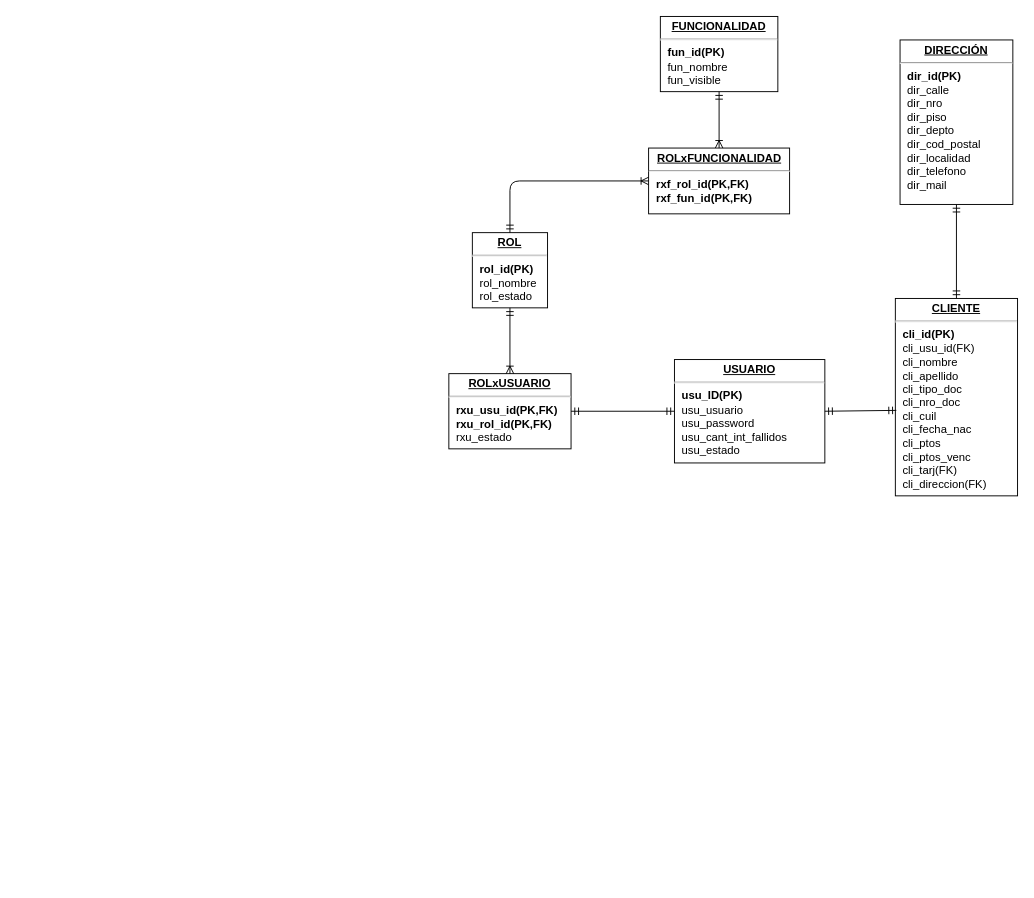
IvanDL95/TP_Crucero keeps this draw.io diagram as DER.drawio. Above is the earlier version. Source tidied: cells renumbered, new cells numbered last; positions are measured from the earlier drawing's top-left corner, leaving out a move shared by most shapes. Both pictures are drawn from the tidied source at 94%, with x=0, y=0 at pixel (448, 16).
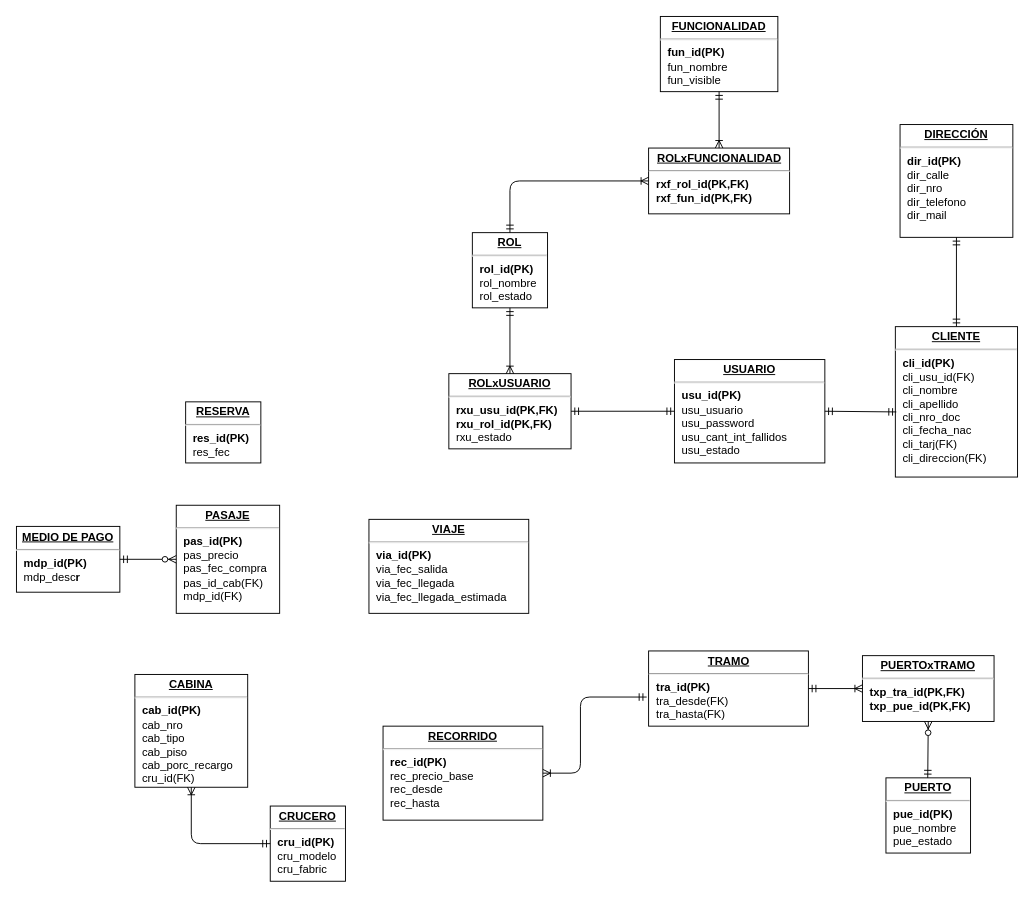
Above is the later version.

Change to the diagram source:
```diff
@@
-    <mxCell id="2" value="&lt;p style=&quot;margin: 0px ; margin-top: 4px ; text-align: center ; text-decoration: underline&quot;&gt;&lt;b&gt;DIRECCIÓN&lt;/b&gt;&lt;/p&gt;&lt;hr&gt;&lt;p style=&quot;margin: 0px ; margin-left: 8px&quot;&gt;&lt;b&gt;dir_id(PK)&lt;/b&gt;&lt;br&gt;dir_calle&lt;br&gt;dir_nro&lt;/p&gt;&lt;p style=&quot;margin: 0px ; margin-left: 8px&quot;&gt;dir_piso&lt;/p&gt;&lt;p style=&quot;margin: 0px ; margin-left: 8px&quot;&gt;dir_depto&lt;/p&gt;&lt;p style=&quot;margin: 0px ; margin-left: 8px&quot;&gt;dir_cod_postal&lt;/p&gt;&lt;p style=&quot;margin: 0px ; margin-left: 8px&quot;&gt;dir_localidad&lt;/p&gt;&lt;p style=&quot;margin: 0px ; margin-left: 8px&quot;&gt;dir_telefono&lt;/p&gt;&lt;p style=&quot;margin: 0px ; margin-left: 8px&quot;&gt;dir_mail&lt;br&gt;&lt;/p&gt;" style="verticalAlign=top;align=left;overflow=fill;fontSize=12;fontFamily=Helvetica;html=1;" parent="1" vertex="1">
-      <mxGeometry x="480" y="25" width="120" height="175" as="geometry" />
+    <mxCell id="2" value="&lt;p style=&quot;margin: 0px ; margin-top: 4px ; text-align: center ; text-decoration: underline&quot;&gt;&lt;b&gt;DIRECCIÓN&lt;/b&gt;&lt;/p&gt;&lt;hr&gt;&lt;p style=&quot;margin: 0px ; margin-left: 8px&quot;&gt;&lt;b&gt;dir_id(PK)&lt;/b&gt;&lt;br&gt;dir_calle&lt;br&gt;dir_nro&lt;/p&gt;&lt;p style=&quot;margin: 0px ; margin-left: 8px&quot;&gt;dir_telefono&lt;/p&gt;&lt;p style=&quot;margin: 0px ; margin-left: 8px&quot;&gt;dir_mail&lt;br&gt;&lt;/p&gt;" style="verticalAlign=top;align=left;overflow=fill;fontSize=12;fontFamily=Helvetica;html=1;" parent="1" vertex="1">
+      <mxGeometry x="480" y="115" width="120" height="120" as="geometry" />
     </mxCell>
@@
-    <mxCell id="7" value="&lt;p style=&quot;margin: 0px ; margin-top: 4px ; text-align: center ; text-decoration: underline&quot;&gt;&lt;b&gt;USUARIO&lt;/b&gt;&lt;/p&gt;&lt;hr&gt;&lt;p style=&quot;margin: 0px ; margin-left: 8px&quot;&gt;&lt;b&gt;usu_ID(PK)&lt;/b&gt;&lt;br&gt;usu_usuario&lt;br&gt;usu_password&lt;/p&gt;&lt;p style=&quot;margin: 0px ; margin-left: 8px&quot;&gt;usu_cant_int_fallidos&lt;/p&gt;&lt;p style=&quot;margin: 0px ; margin-left: 8px&quot;&gt;usu_estado&lt;br&gt;&lt;/p&gt;" style="verticalAlign=top;align=left;overflow=fill;fontSize=12;fontFamily=Helvetica;html=1;" parent="1" vertex="1">
+    <mxCell id="7" value="&lt;p style=&quot;margin: 0px ; margin-top: 4px ; text-align: center ; text-decoration: underline&quot;&gt;&lt;b&gt;USUARIO&lt;/b&gt;&lt;/p&gt;&lt;hr&gt;&lt;p style=&quot;margin: 0px ; margin-left: 8px&quot;&gt;&lt;b&gt;usu_id(PK)&lt;/b&gt;&lt;br&gt;usu_usuario&lt;br&gt;usu_password&lt;/p&gt;&lt;p style=&quot;margin: 0px ; margin-left: 8px&quot;&gt;usu_cant_int_fallidos&lt;/p&gt;&lt;p style=&quot;margin: 0px ; margin-left: 8px&quot;&gt;usu_estado&lt;br&gt;&lt;/p&gt;" style="verticalAlign=top;align=left;overflow=fill;fontSize=12;fontFamily=Helvetica;html=1;" parent="1" vertex="1">
       <mxGeometry x="240" y="365" width="160" height="110" as="geometry" />
     </mxCell>
-    <mxCell id="8" value="&lt;p style=&quot;margin: 0px ; margin-top: 4px ; text-align: center ; text-decoration: underline&quot;&gt;&lt;b&gt;CLIENTE&lt;/b&gt;&lt;/p&gt;&lt;hr&gt;&lt;p style=&quot;margin: 0px ; margin-left: 8px&quot;&gt;&lt;b&gt;cli_id(PK)&lt;/b&gt;&lt;br&gt;cli_usu_id(FK)&lt;br&gt;cli_nombre&lt;/p&gt;&lt;p style=&quot;margin: 0px ; margin-left: 8px&quot;&gt;cli_apellido&lt;/p&gt;&lt;p style=&quot;margin: 0px ; margin-left: 8px&quot;&gt;cli_tipo_doc&lt;/p&gt;&lt;p style=&quot;margin: 0px ; margin-left: 8px&quot;&gt;cli_nro_doc&lt;/p&gt;&lt;p style=&quot;margin: 0px ; margin-left: 8px&quot;&gt;cli_cuil&lt;/p&gt;&lt;p style=&quot;margin: 0px ; margin-left: 8px&quot;&gt;cli_fecha_nac&lt;/p&gt;&lt;p style=&quot;margin: 0px ; margin-left: 8px&quot;&gt;cli_ptos&lt;/p&gt;&lt;p style=&quot;margin: 0px ; margin-left: 8px&quot;&gt;cli_ptos_venc&lt;/p&gt;&lt;p style=&quot;margin: 0px ; margin-left: 8px&quot;&gt;cli_tarj(FK)&lt;/p&gt;&lt;p style=&quot;margin: 0px ; margin-left: 8px&quot;&gt;cli_direccion(FK)&lt;/p&gt;" style="verticalAlign=top;align=left;overflow=fill;fontSize=12;fontFamily=Helvetica;html=1;gradientColor=#ffffff;" parent="1" vertex="1">
-      <mxGeometry x="475" y="300" width="130" height="210" as="geometry" />
+    <mxCell id="8" value="&lt;p style=&quot;margin: 0px ; margin-top: 4px ; text-align: center ; text-decoration: underline&quot;&gt;&lt;b&gt;CLIENTE&lt;/b&gt;&lt;/p&gt;&lt;hr&gt;&lt;p style=&quot;margin: 0px ; margin-left: 8px&quot;&gt;&lt;b&gt;cli_id(PK)&lt;/b&gt;&lt;br&gt;cli_usu_id(FK)&lt;br&gt;cli_nombre&lt;/p&gt;&lt;p style=&quot;margin: 0px ; margin-left: 8px&quot;&gt;cli_apellido&lt;/p&gt;&lt;p style=&quot;margin: 0px ; margin-left: 8px&quot;&gt;cli_nro_doc&lt;/p&gt;&lt;p style=&quot;margin: 0px ; margin-left: 8px&quot;&gt;cli_fecha_nac&lt;/p&gt;&lt;p style=&quot;margin: 0px ; margin-left: 8px&quot;&gt;cli_tarj(FK)&lt;/p&gt;&lt;p style=&quot;margin: 0px ; margin-left: 8px&quot;&gt;cli_direccion(FK)&lt;/p&gt;" style="verticalAlign=top;align=left;overflow=fill;fontSize=12;fontFamily=Helvetica;html=1;gradientColor=#ffffff;" parent="1" vertex="1">
+      <mxGeometry x="475" y="330" width="130" height="160" as="geometry" />
     </mxCell>
@@
+    <mxCell id="15" value="&lt;p style=&quot;margin: 0px ; margin-top: 4px ; text-align: center ; text-decoration: underline&quot;&gt;&lt;b&gt;PASAJE&lt;/b&gt;&lt;/p&gt;&lt;hr&gt;&lt;p style=&quot;margin: 0px ; margin-left: 8px&quot;&gt;&lt;b&gt;pas_id(PK)&lt;/b&gt;&lt;/p&gt;&lt;p style=&quot;margin: 0px ; margin-left: 8px&quot;&gt;pas_precio&lt;br&gt;pas_fec_compra&lt;/p&gt;&lt;p style=&quot;margin: 0px ; margin-left: 8px&quot;&gt;pas_id_cab(FK)&lt;/p&gt;&lt;p style=&quot;margin: 0px ; margin-left: 8px&quot;&gt;mdp_id(FK)&lt;br&gt;&lt;/p&gt;" style="verticalAlign=top;align=left;overflow=fill;fontSize=12;fontFamily=Helvetica;html=1;" parent="1" vertex="1">
+      <mxGeometry x="-290" y="520" width="110" height="115" as="geometry" />
+    </mxCell>
+    <mxCell id="16" value="&lt;p style=&quot;margin: 0px ; margin-top: 4px ; text-align: center ; text-decoration: underline&quot;&gt;&lt;b&gt;RESERVA&lt;/b&gt;&lt;/p&gt;&lt;hr&gt;&lt;p style=&quot;margin: 0px ; margin-left: 8px&quot;&gt;&lt;b&gt;res_id(PK)&lt;/b&gt;&lt;br&gt;res_fec&lt;br&gt;&lt;/p&gt;" style="verticalAlign=top;align=left;overflow=fill;fontSize=12;fontFamily=Helvetica;html=1;" parent="1" vertex="1">
+      <mxGeometry x="-280" y="410" width="80" height="65" as="geometry" />
+    </mxCell>
+    <mxCell id="17" value="&lt;p style=&quot;margin: 0px ; margin-top: 4px ; text-align: center ; text-decoration: underline&quot;&gt;&lt;b&gt;PUERTO&lt;/b&gt;&lt;/p&gt;&lt;hr&gt;&lt;p style=&quot;margin: 0px ; margin-left: 8px&quot;&gt;&lt;b&gt;pue_id(PK)&lt;/b&gt;&lt;br&gt;pue_nombre&lt;br&gt;pue_estado&lt;/p&gt;" style="verticalAlign=top;align=left;overflow=fill;fontSize=12;fontFamily=Helvetica;html=1;" parent="1" vertex="1">
+      <mxGeometry x="465" y="810" width="90" height="80" as="geometry" />
+    </mxCell>
+    <mxCell id="18" value="&lt;p style=&quot;margin: 0px ; margin-top: 4px ; text-align: center ; text-decoration: underline&quot;&gt;&lt;b&gt;RECORRIDO&lt;/b&gt;&lt;/p&gt;&lt;hr&gt;&lt;p style=&quot;margin: 0px ; margin-left: 8px&quot;&gt;&lt;b&gt;rec_id(PK)&lt;/b&gt;&lt;br&gt;rec_precio_base&lt;/p&gt;&lt;p style=&quot;margin: 0px ; margin-left: 8px&quot;&gt;rec_desde&lt;/p&gt;&lt;p style=&quot;margin: 0px ; margin-left: 8px&quot;&gt;rec_hasta&lt;br&gt;&lt;/p&gt;&lt;p style=&quot;margin: 0px ; margin-left: 8px&quot;&gt;&lt;br&gt;&lt;/p&gt;" style="verticalAlign=top;align=left;overflow=fill;fontSize=12;fontFamily=Helvetica;html=1;" parent="1" vertex="1">
+      <mxGeometry x="-70" y="755" width="170" height="100" as="geometry" />
+    </mxCell>
+    <mxCell id="19" value="&lt;p style=&quot;margin: 0px ; margin-top: 4px ; text-align: center ; text-decoration: underline&quot;&gt;&lt;b&gt;CRUCERO&lt;/b&gt;&lt;br&gt;&lt;/p&gt;&lt;hr&gt;&lt;p style=&quot;margin: 0px ; margin-left: 8px&quot;&gt;&lt;b&gt;cru_id(PK)&lt;/b&gt;&lt;br&gt;cru_modelo&lt;br&gt;cru_fabric&lt;/p&gt;" style="verticalAlign=top;align=left;overflow=fill;fontSize=12;fontFamily=Helvetica;html=1;" parent="1" vertex="1">
+      <mxGeometry x="-190" y="840" width="80" height="80" as="geometry" />
+    </mxCell>
+    <mxCell id="20" value="&lt;p style=&quot;margin: 0px ; margin-top: 4px ; text-align: center ; text-decoration: underline&quot;&gt;&lt;b&gt;CABINA&lt;/b&gt;&lt;/p&gt;&lt;hr&gt;&lt;p style=&quot;margin: 0px ; margin-left: 8px&quot;&gt;&lt;b&gt;cab_id(PK)&lt;/b&gt;&lt;br&gt;&lt;/p&gt;&lt;p style=&quot;margin: 0px ; margin-left: 8px&quot;&gt;cab_nro&lt;br&gt;&lt;/p&gt;&lt;p style=&quot;margin: 0px ; margin-left: 8px&quot;&gt;cab_tipo&lt;/p&gt;&lt;p style=&quot;margin: 0px ; margin-left: 8px&quot;&gt;cab_piso&lt;/p&gt;&lt;p style=&quot;margin: 0px ; margin-left: 8px&quot;&gt;cab_porc_recargo&lt;/p&gt;&lt;p style=&quot;margin: 0px ; margin-left: 8px&quot;&gt;cru_id(FK)&lt;br&gt;&lt;/p&gt;" style="verticalAlign=top;align=left;overflow=fill;fontSize=12;fontFamily=Helvetica;html=1;" parent="1" vertex="1">
+      <mxGeometry x="-334" y="700" width="120" height="120" as="geometry" />
+    </mxCell>
+    <mxCell id="21" style="endArrow=ERoneToMany;html=1;exitX=0;exitY=0.5;exitDx=0;exitDy=0;startArrow=ERmandOne;startFill=0;endFill=0;entryX=0.5;entryY=1;entryDx=0;entryDy=0;" parent="1" edge="1" source="19" target="20">
+      <mxGeometry relative="1" as="geometry">
+        <Array as="points">
+          <mxPoint x="-274" y="880" />
+        </Array>
+      </mxGeometry>
+    </mxCell>
+    <mxCell id="22" value="&lt;p style=&quot;margin: 0px ; margin-top: 4px ; text-align: center ; text-decoration: underline&quot;&gt;&lt;b&gt;VIAJE&lt;/b&gt;&lt;/p&gt;&lt;hr&gt;&lt;p style=&quot;margin: 0px ; margin-left: 8px&quot;&gt;&lt;b&gt;via_id(PK)&lt;/b&gt;&lt;br&gt;via_fec_salida&lt;/p&gt;&lt;p style=&quot;margin: 0px ; margin-left: 8px&quot;&gt;via_fec_llegada&lt;/p&gt;&lt;p style=&quot;margin: 0px ; margin-left: 8px&quot;&gt;via_fec_llegada_estimada&lt;/p&gt;" style="verticalAlign=top;align=left;overflow=fill;fontSize=12;fontFamily=Helvetica;html=1;" parent="1" vertex="1">
+      <mxGeometry x="-85" y="535" width="170" height="100" as="geometry" />
+    </mxCell>
+    <mxCell id="23" value="&lt;p style=&quot;margin: 0px ; margin-top: 4px ; text-align: center ; text-decoration: underline&quot;&gt;&lt;b&gt;PUERTOxTRAMO&lt;/b&gt;&lt;br&gt;&lt;/p&gt;&lt;hr&gt;&lt;p style=&quot;margin: 0px ; margin-left: 8px&quot;&gt;&lt;b&gt;txp_tra_id(PK,FK)&lt;/b&gt;&lt;/p&gt;&lt;p style=&quot;margin: 0px ; margin-left: 8px&quot;&gt;&lt;b&gt;txp_pue_id(PK,FK)&lt;/b&gt;&lt;/p&gt;" style="verticalAlign=top;align=left;overflow=fill;fontSize=12;fontFamily=Helvetica;html=1;" parent="1" vertex="1">
+      <mxGeometry x="440" y="680" width="140" height="70" as="geometry" />
+    </mxCell>
+    <mxCell id="24" value="&lt;p style=&quot;margin: 0px ; margin-top: 4px ; text-align: center ; text-decoration: underline&quot;&gt;&lt;b&gt;MEDIO DE PAGO&lt;br&gt;&lt;/b&gt;&lt;/p&gt;&lt;hr&gt;&lt;p style=&quot;margin: 0px ; margin-left: 8px&quot;&gt;&lt;b&gt;mdp_id(PK)&lt;/b&gt;&lt;/p&gt;&lt;p style=&quot;margin: 0px ; margin-left: 8px&quot;&gt;mdp_desc&lt;b&gt;r&lt;br&gt;&lt;/b&gt;&lt;/p&gt;" style="verticalAlign=top;align=left;overflow=fill;fontSize=12;fontFamily=Helvetica;html=1;" parent="1" vertex="1">
+      <mxGeometry x="-460" y="542.5" width="110" height="70" as="geometry" />
+    </mxCell>
+    <mxCell id="25" style="endArrow=ERzeroToMany;html=1;exitX=1;exitY=0.5;exitDx=0;exitDy=0;entryX=0;entryY=0.5;entryDx=0;entryDy=0;startArrow=ERmandOne;startFill=0;endFill=1;" parent="1" edge="1" source="24" target="15">
+      <mxGeometry relative="1" as="geometry" />
+    </mxCell>
+    <mxCell id="26" value="&lt;p style=&quot;margin: 0px ; margin-top: 4px ; text-align: center ; text-decoration: underline&quot;&gt;&lt;b&gt;TRAMO&lt;/b&gt;&lt;/p&gt;&lt;hr&gt;&lt;p style=&quot;margin: 0px ; margin-left: 8px&quot;&gt;&lt;b&gt;tra_id(PK)&lt;/b&gt;&lt;/p&gt;&lt;p style=&quot;margin: 0px ; margin-left: 8px&quot;&gt;tra_desde(FK)&lt;/p&gt;&lt;p style=&quot;margin: 0px ; margin-left: 8px&quot;&gt;tra_hasta(FK)&lt;br&gt;&lt;/p&gt;" style="verticalAlign=top;align=left;overflow=fill;fontSize=12;fontFamily=Helvetica;html=1;" parent="1" vertex="1">
+      <mxGeometry x="212.5" y="675" width="170" height="80" as="geometry" />
+    </mxCell>
+    <mxCell id="27" style="endArrow=ERzeroToMany;html=1;exitX=0.494;exitY=0;exitDx=0;exitDy=0;startArrow=ERmandOne;startFill=0;endFill=1;entryX=0.5;entryY=1;entryDx=0;entryDy=0;exitPerimeter=0;" parent="1" edge="1" source="17" target="23">
+      <mxGeometry relative="1" as="geometry" />
+    </mxCell>
+    <mxCell id="28" style="endArrow=ERoneToMany;html=1;startArrow=ERmandOne;startFill=0;endFill=0;entryX=0;entryY=0.5;entryDx=0;entryDy=0;exitX=1;exitY=0.5;exitDx=0;exitDy=0;" parent="1" edge="1" source="26" target="23">
+      <mxGeometry relative="1" as="geometry" />
+    </mxCell>
+    <mxCell id="29" style="endArrow=ERmandOne;html=1;startArrow=ERoneToMany;startFill=0;endFill=0;entryX=-0.012;entryY=0.613;entryDx=0;entryDy=0;exitX=1;exitY=0.5;exitDx=0;exitDy=0;entryPerimeter=0;" parent="1" edge="1" source="18" target="26">
+      <mxGeometry relative="1" as="geometry">
+        <Array as="points">
+          <mxPoint x="140" y="805" />
+          <mxPoint x="140" y="724" />
+        </Array>
+      </mxGeometry>
+    </mxCell>
```
